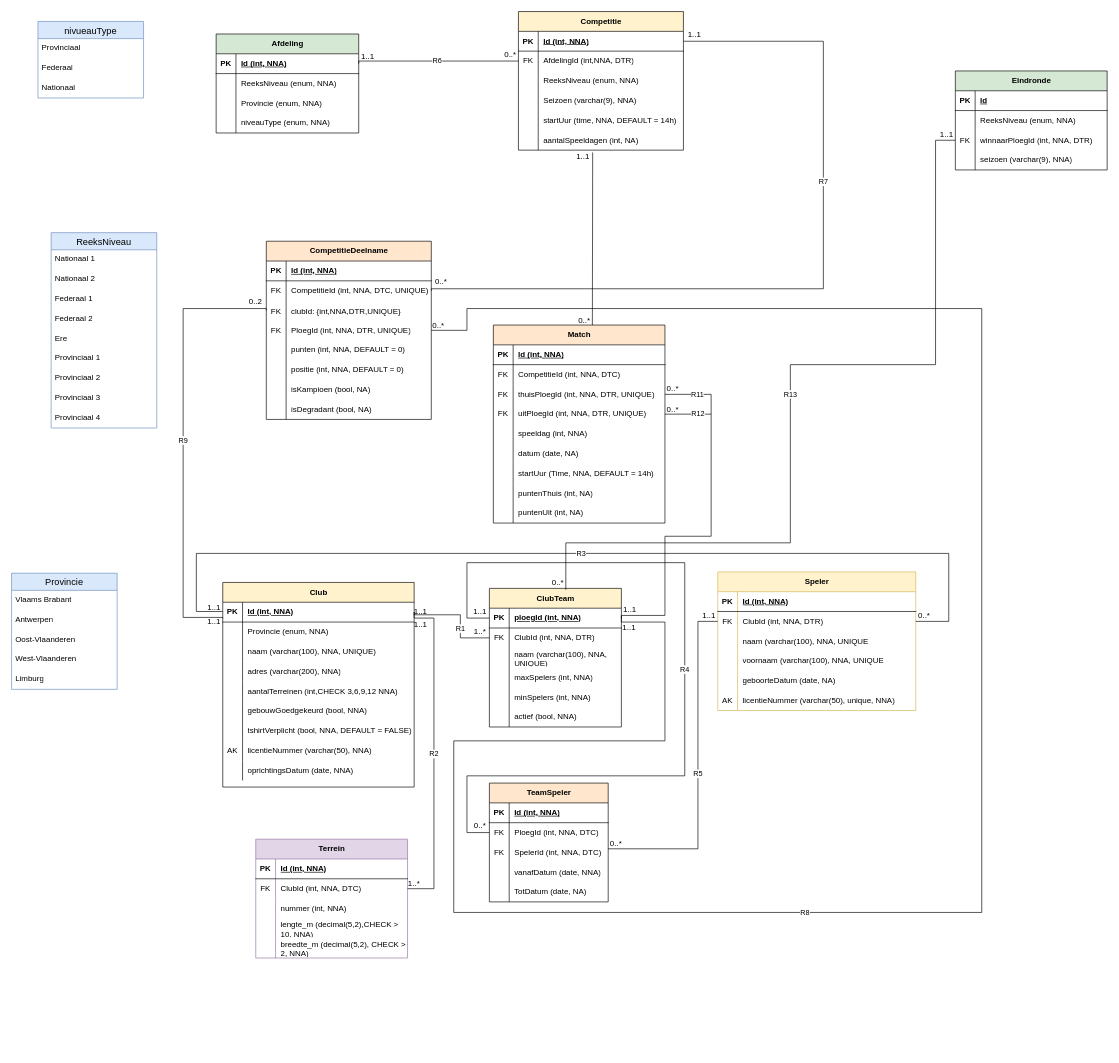
jonastrapmore/databases keeps this draw.io diagram as project/petanque.drawio. Above is the earlier version. Source tidied: cells renumbered, new cells numbered last; positions are measured from the earlier drawing's top-left corner, leaving out a move shared by most shapes. Both pictures are drawn from the tidied source at 66%, with x=0, y=0 at pixel (11, 11).
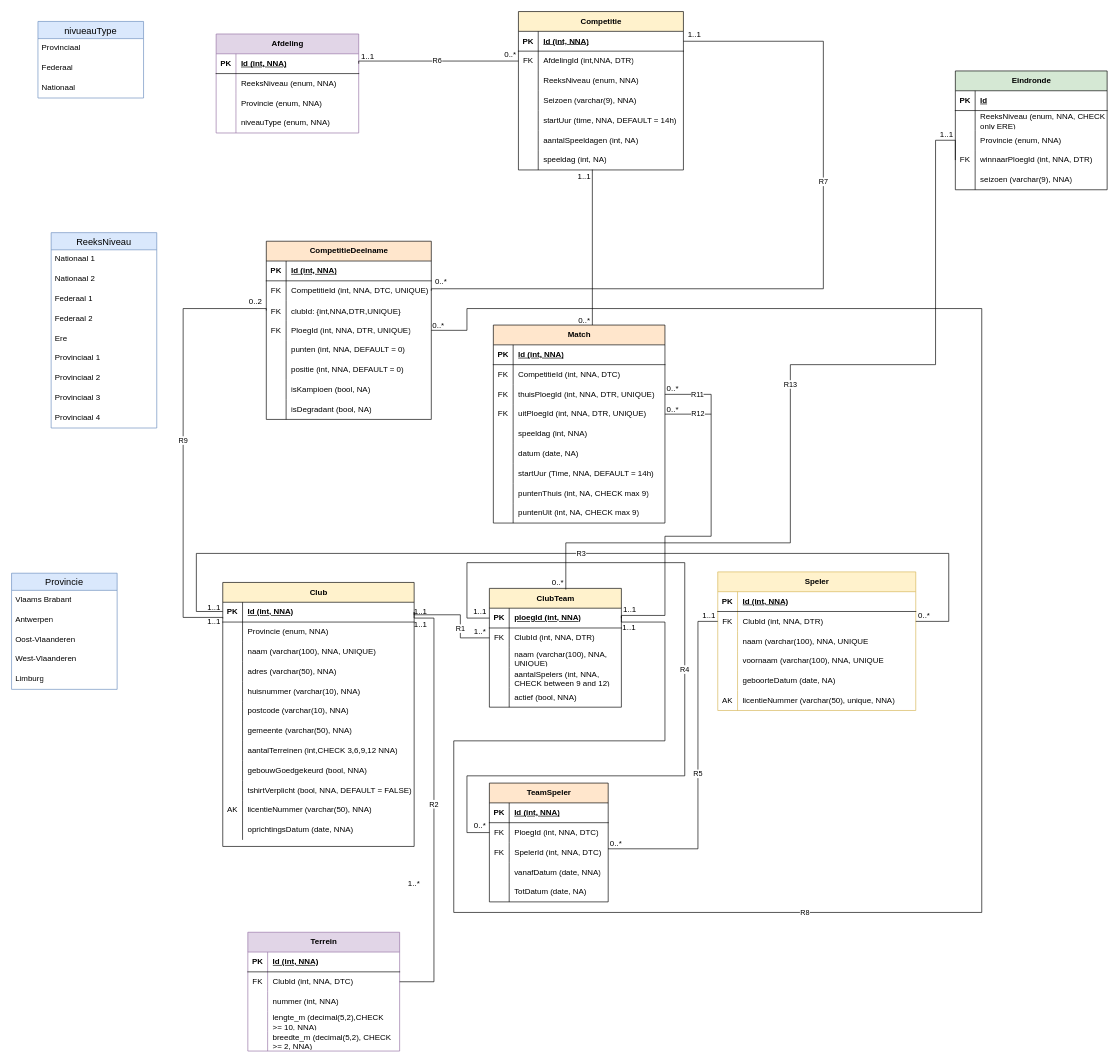
The same page after the edit.

Unchanged cells that the change refers to:
```xml
<mxCell id="3" style="shape=tableRow;horizontal=0;startSize=0;swimlaneHead=0;swimlaneBody=0;fillColor=none;points=[[0,0.5],[1,0.5]];portConstraint=eastwest;top=0;left=0;right=0;bottom=1;" parent="2" vertex="1">
  <mxGeometry y="30" width="290" height="30" as="geometry" />
</mxCell>
<mxCell id="12" style="shape=tableRow;horizontal=0;startSize=0;swimlaneHead=0;swimlaneBody=0;fillColor=none;top=0;left=0;right=0;bottom=0;" parent="2" vertex="1">
  <mxGeometry y="120" width="290" height="30" as="geometry" />
</mxCell>
<mxCell id="40" style="shape=tableRow;horizontal=0;startSize=0;swimlaneHead=0;swimlaneBody=0;fillColor=none;top=0;left=0;right=0;bottom=0;" parent="30" vertex="1">
  <mxGeometry y="120" width="200" height="30" as="geometry" />
</mxCell>
<mxCell id="56" style="shape=tableRow;horizontal=0;startSize=0;swimlaneHead=0;swimlaneBody=0;fillColor=none;points=[[0,0.5],[1,0.5]];portConstraint=eastwest;top=0;left=0;right=0;bottom=0;" parent="52" vertex="1">
  <mxGeometry y="60" width="230" height="30" as="geometry" />
</mxCell>
<mxCell id="62" style="shape=tableRow;horizontal=0;startSize=0;swimlaneHead=0;swimlaneBody=0;fillColor=none;top=0;left=0;right=0;bottom=0;" parent="52" vertex="1">
  <mxGeometry y="120" width="230" height="30" as="geometry" />
</mxCell>
<mxCell id="65" style="shape=tableRow;horizontal=0;startSize=0;swimlaneHead=0;swimlaneBody=0;fillColor=none;top=0;left=0;right=0;bottom=0;" parent="52" vertex="1">
  <mxGeometry y="150" width="230" height="30" as="geometry" />
</mxCell>
<mxCell id="143" style="shape=tableRow;horizontal=0;startSize=0;swimlaneHead=0;swimlaneBody=0;fillColor=none;points=[[0,0.5],[1,0.5]];portConstraint=eastwest;top=0;left=0;right=0;bottom=0;" parent="127" vertex="1">
  <mxGeometry y="180" width="250" height="30" as="geometry" />
</mxCell>
<mxCell id="180" value="Match" style="shape=table;startSize=30;childLayout=tableLayout;rowLines=0;fontStyle=1;align=center;html=1;fillColor=#FFE6CC;" parent="1" vertex="1">
  <mxGeometry x="730" y="475" width="260" height="300" as="geometry" />
</mxCell>
<mxCell id="202" style="shape=tableRow;horizontal=0;startSize=0;swimlaneHead=0;swimlaneBody=0;fillColor=none;top=0;left=0;right=0;bottom=0;" parent="180" vertex="1">
  <mxGeometry y="240" width="260" height="30" as="geometry" />
</mxCell>
<mxCell id="205" style="shape=tableRow;horizontal=0;startSize=0;swimlaneHead=0;swimlaneBody=0;fillColor=none;top=0;left=0;right=0;bottom=0;" parent="180" vertex="1">
  <mxGeometry y="270" width="260" height="30" as="geometry" />
</mxCell>
<mxCell id="219" style="shape=tableRow;horizontal=0;startSize=0;swimlaneHead=0;swimlaneBody=0;fillColor=none;top=0;left=0;right=0;bottom=0;" parent="215" vertex="1">
  <mxGeometry y="60" width="230" height="30" as="geometry" />
</mxCell>
```

Diff of the diagram source:
```diff
@@
     <mxCell id="2" value="Club" style="shape=table;startSize=30;childLayout=tableLayout;rowLines=0;fontStyle=1;align=center;html=1;fillColor=#FFF2CC;" parent="1" vertex="1">
-      <mxGeometry x="320" y="865" width="290" height="310" as="geometry" />
+      <mxGeometry x="320" y="865" width="290" height="400" as="geometry" />
     </mxCell>
@@
-    <mxCell id="14" value="adres (varchar(200), NNA)" style="shape=partialRectangle;fillColor=none;top=0;left=0;bottom=0;right=0;align=left;spacingLeft=6;overflow=hidden;whiteSpace=wrap;html=1;" parent="12" vertex="1">
+    <mxCell id="14" value="adres (varchar(50), NNA)" style="shape=partialRectangle;fillColor=none;top=0;left=0;bottom=0;right=0;align=left;spacingLeft=6;overflow=hidden;whiteSpace=wrap;html=1;" parent="12" vertex="1">
       <mxGeometry x="30" width="260" height="30" as="geometry" />
     </mxCell>
+    <mxCell id="256" style="shape=tableRow;horizontal=0;startSize=0;swimlaneHead=0;swimlaneBody=0;fillColor=none;top=0;left=0;right=0;bottom=0;" parent="2" vertex="1">
+      <mxGeometry y="150" width="290" height="30" as="geometry" />
+    </mxCell>
+    <mxCell id="257" style="shape=partialRectangle;fillColor=none;top=0;left=0;bottom=0;right=0;overflow=hidden;whiteSpace=wrap;html=1;" parent="256" vertex="1">
+      <mxGeometry width="30" height="30" as="geometry" />
+    </mxCell>
+    <mxCell id="258" value="huisnummer (varchar(10), NNA)" style="shape=partialRectangle;fillColor=none;top=0;left=0;bottom=0;right=0;align=left;spacingLeft=6;overflow=hidden;whiteSpace=wrap;html=1;" parent="256" vertex="1">
+      <mxGeometry x="30" width="260" height="30" as="geometry" />
+    </mxCell>
+    <mxCell id="259" style="shape=tableRow;horizontal=0;startSize=0;swimlaneHead=0;swimlaneBody=0;fillColor=none;top=0;left=0;right=0;bottom=0;" parent="2" vertex="1">
+      <mxGeometry y="180" width="290" height="30" as="geometry" />
+    </mxCell>
+    <mxCell id="260" style="shape=partialRectangle;fillColor=none;top=0;left=0;bottom=0;right=0;overflow=hidden;whiteSpace=wrap;html=1;" parent="259" vertex="1">
+      <mxGeometry width="30" height="30" as="geometry" />
+    </mxCell>
+    <mxCell id="261" value="postcode (varchar(10), NNA)" style="shape=partialRectangle;fillColor=none;top=0;left=0;bottom=0;right=0;align=left;spacingLeft=6;overflow=hidden;whiteSpace=wrap;html=1;" parent="259" vertex="1">
+      <mxGeometry x="30" width="260" height="30" as="geometry" />
+    </mxCell>
+    <mxCell id="262" style="shape=tableRow;horizontal=0;startSize=0;swimlaneHead=0;swimlaneBody=0;fillColor=none;top=0;left=0;right=0;bottom=0;" parent="2" vertex="1">
+      <mxGeometry y="210" width="290" height="30" as="geometry" />
+    </mxCell>
+    <mxCell id="263" style="shape=partialRectangle;fillColor=none;top=0;left=0;bottom=0;right=0;overflow=hidden;whiteSpace=wrap;html=1;" parent="262" vertex="1">
+      <mxGeometry width="30" height="30" as="geometry" />
+    </mxCell>
+    <mxCell id="264" value="gemeente (varchar(50), NNA)" style="shape=partialRectangle;fillColor=none;top=0;left=0;bottom=0;right=0;align=left;spacingLeft=6;overflow=hidden;whiteSpace=wrap;html=1;" parent="262" vertex="1">
+      <mxGeometry x="30" width="260" height="30" as="geometry" />
+    </mxCell>
     <mxCell id="15" style="shape=tableRow;horizontal=0;startSize=0;swimlaneHead=0;swimlaneBody=0;fillColor=none;top=0;left=0;right=0;bottom=0;" parent="2" vertex="1">
-      <mxGeometry y="150" width="290" height="30" as="geometry" />
+      <mxGeometry y="240" width="290" height="30" as="geometry" />
     </mxCell>
@@
     <mxCell id="18" style="shape=tableRow;horizontal=0;startSize=0;swimlaneHead=0;swimlaneBody=0;fillColor=none;top=0;left=0;right=0;bottom=0;" parent="2" vertex="1">
-      <mxGeometry y="180" width="290" height="30" as="geometry" />
+      <mxGeometry y="270" width="290" height="30" as="geometry" />
     </mxCell>
@@
     <mxCell id="21" style="shape=tableRow;horizontal=0;startSize=0;swimlaneHead=0;swimlaneBody=0;fillColor=none;top=0;left=0;right=0;bottom=0;" parent="2" vertex="1">
-      <mxGeometry y="210" width="290" height="30" as="geometry" />
+      <mxGeometry y="300" width="290" height="30" as="geometry" />
     </mxCell>
@@
     <mxCell id="24" style="shape=tableRow;horizontal=0;startSize=0;swimlaneHead=0;swimlaneBody=0;fillColor=none;top=0;left=0;right=0;bottom=0;" parent="2" vertex="1">
-      <mxGeometry y="240" width="290" height="30" as="geometry" />
+      <mxGeometry y="330" width="290" height="30" as="geometry" />
     </mxCell>
@@
     <mxCell id="27" style="shape=tableRow;horizontal=0;startSize=0;swimlaneHead=0;swimlaneBody=0;fillColor=none;top=0;left=0;right=0;bottom=0;" parent="2" vertex="1">
-      <mxGeometry y="270" width="290" height="30" as="geometry" />
+      <mxGeometry y="360" width="290" height="30" as="geometry" />
     </mxCell>
@@
     <mxCell id="30" value="ClubTeam" style="shape=table;startSize=30;childLayout=tableLayout;rowLines=0;fontStyle=1;align=center;html=1;fillColor=#FFF2CC;" parent="1" vertex="1">
-      <mxGeometry x="724" y="874" width="200" height="210" as="geometry" />
+      <mxGeometry x="724" y="874" width="200" height="180" as="geometry" />
     </mxCell>
@@
-    <mxCell id="42" value="maxSpelers (int, NNA)" style="shape=partialRectangle;fillColor=none;top=0;left=0;bottom=0;right=0;align=left;spacingLeft=6;overflow=hidden;whiteSpace=wrap;html=1;" parent="40" vertex="1">
+    <mxCell id="42" value="aantalSpelers (int, NNA, CHECK between 9 and 12)" style="shape=partialRectangle;fillColor=none;top=0;left=0;bottom=0;right=0;align=left;spacingLeft=6;overflow=hidden;whiteSpace=wrap;html=1;" parent="40" vertex="1">
       <mxGeometry x="30" width="170" height="30" as="geometry" />
     </mxCell>
-    <mxCell id="43" style="shape=tableRow;horizontal=0;startSize=0;swimlaneHead=0;swimlaneBody=0;fillColor=none;top=0;left=0;right=0;bottom=0;" parent="30" vertex="1">
-      <mxGeometry y="150" width="200" height="30" as="geometry" />
-    </mxCell>
-    <mxCell id="44" style="shape=partialRectangle;fillColor=none;top=0;left=0;bottom=0;right=0;overflow=hidden;whiteSpace=wrap;html=1;" parent="43" vertex="1">
-      <mxGeometry width="30" height="30" as="geometry" />
-    </mxCell>
-    <mxCell id="45" value="minSpelers (int, NNA)" style="shape=partialRectangle;fillColor=none;top=0;left=0;bottom=0;right=0;align=left;spacingLeft=6;overflow=hidden;whiteSpace=wrap;html=1;" parent="43" vertex="1">
-      <mxGeometry x="30" width="170" height="30" as="geometry" />
-    </mxCell>
     <mxCell id="46" style="shape=tableRow;horizontal=0;startSize=0;swimlaneHead=0;swimlaneBody=0;fillColor=none;top=0;left=0;right=0;bottom=0;" parent="30" vertex="1">
-      <mxGeometry y="180" width="200" height="30" as="geometry" />
+      <mxGeometry y="150" width="200" height="30" as="geometry" />
     </mxCell>
@@
     <mxCell id="52" value="Terrein" style="shape=table;startSize=30;childLayout=tableLayout;rowLines=0;fontStyle=1;align=center;html=1;fillColor=#e1d5e7;strokeColor=#9673a6;" parent="1" vertex="1">
-      <mxGeometry x="370" y="1254" width="230" height="180" as="geometry" />
+      <mxGeometry x="358" y="1395" width="230" height="180" as="geometry" />
     </mxCell>
@@
-    <mxCell id="64" value="lengte_m (decimal(5,2),CHECK &amp;gt; 10, NNA)" style="shape=partialRectangle;fillColor=none;top=0;left=0;bottom=0;right=0;align=left;spacingLeft=6;overflow=hidden;whiteSpace=wrap;html=1;" parent="62" vertex="1">
+    <mxCell id="64" value="lengte_m (decimal(5,2),CHECK &amp;gt;=&lt;span style=&quot;background-color: transparent; color: light-dark(rgb(0, 0, 0), rgb(255, 255, 255));&quot;&gt;&amp;nbsp;10, NNA)&lt;/span&gt;" style="shape=partialRectangle;fillColor=none;top=0;left=0;bottom=0;right=0;align=left;spacingLeft=6;overflow=hidden;whiteSpace=wrap;html=1;" parent="62" vertex="1">
       <mxGeometry x="30" width="200" height="30" as="geometry" />
     </mxCell>
@@
-    <mxCell id="67" value="breedte_m (decimal(5,2), CHECK &amp;gt; 2, NNA)" style="shape=partialRectangle;fillColor=none;top=0;left=0;bottom=0;right=0;align=left;spacingLeft=6;overflow=hidden;whiteSpace=wrap;html=1;" parent="65" vertex="1">
+    <mxCell id="67" value="breedte_m (decimal(5,2), CHECK &amp;gt;=&lt;span style=&quot;background-color: transparent; color: light-dark(rgb(0, 0, 0), rgb(255, 255, 255));&quot;&gt;&amp;nbsp;2, NNA)&lt;/span&gt;" style="shape=partialRectangle;fillColor=none;top=0;left=0;bottom=0;right=0;align=left;spacingLeft=6;overflow=hidden;whiteSpace=wrap;html=1;" parent="65" vertex="1">
       <mxGeometry x="30" width="200" height="30" as="geometry" />
     </mxCell>
     <mxCell id="68" value="R2" style="endArrow=none;html=1;rounded=0;edgeStyle=orthogonalEdgeStyle;exitX=1;exitY=0.5;exitDx=0;exitDy=0;entryX=1;entryY=0.5;entryDx=0;entryDy=0;" parent="1" edge="1" source="3" target="56">
       <mxGeometry relative="1" as="geometry">
         <Array as="points">
           <mxPoint x="610" y="919" />
           <mxPoint x="640" y="919" />
-          <mxPoint x="640" y="1329" />
+          <mxPoint x="640" y="1470" />
         </Array>
       </mxGeometry>
     </mxCell>
@@
-    <mxCell id="71" value="Afdeling" style="shape=table;startSize=30;childLayout=tableLayout;rowLines=0;fontStyle=1;align=center;html=1;fillColor=#D5E8D4;" parent="1" vertex="1">
+    <mxCell id="71" value="Afdeling" style="shape=table;startSize=30;childLayout=tableLayout;rowLines=0;fontStyle=1;align=center;html=1;fillColor=#e1d5e7;strokeColor=#9673a6;" parent="1" vertex="1">
       <mxGeometry x="310" y="34" width="216" height="150" as="geometry" />
     </mxCell>
@@
     <mxCell id="127" value="Competitie" style="shape=table;startSize=30;childLayout=tableLayout;rowLines=0;fontStyle=1;align=center;html=1;fillColor=#FFF2CC;" parent="1" vertex="1">
-      <mxGeometry x="768" width="250" height="210" as="geometry" />
+      <mxGeometry x="768" width="250" height="240" as="geometry" />
     </mxCell>
@@
+    <mxCell id="265" style="shape=tableRow;horizontal=0;startSize=0;swimlaneHead=0;swimlaneBody=0;fillColor=none;points=[[0,0.5],[1,0.5]];portConstraint=eastwest;top=0;left=0;right=0;bottom=0;" parent="127" vertex="1">
+      <mxGeometry y="210" width="250" height="30" as="geometry" />
+    </mxCell>
+    <mxCell id="266" style="shape=partialRectangle;fillColor=none;top=0;left=0;bottom=0;right=0;overflow=hidden;whiteSpace=wrap;html=1;" parent="265" vertex="1">
+      <mxGeometry width="30" height="30" as="geometry" />
+    </mxCell>
+    <mxCell id="267" value="speeldag (int, NA)" style="shape=partialRectangle;fillColor=none;top=0;left=0;bottom=0;right=0;align=left;spacingLeft=6;overflow=hidden;whiteSpace=wrap;html=1;" parent="265" vertex="1">
+      <mxGeometry x="30" width="220" height="30" as="geometry" />
+    </mxCell>
@@
-    <mxCell id="204" value="puntenThuis (int, NA)" style="shape=partialRectangle;fillColor=none;top=0;left=0;bottom=0;right=0;align=left;spacingLeft=6;overflow=hidden;whiteSpace=wrap;html=1;" parent="202" vertex="1">
+    <mxCell id="204" value="puntenThuis (int, NA, CHECK max 9)" style="shape=partialRectangle;fillColor=none;top=0;left=0;bottom=0;right=0;align=left;spacingLeft=6;overflow=hidden;whiteSpace=wrap;html=1;" parent="202" vertex="1">
       <mxGeometry x="30" width="230" height="30" as="geometry" />
     </mxCell>
@@
-    <mxCell id="207" value="puntenUit (int, NA)" style="shape=partialRectangle;fillColor=none;top=0;left=0;bottom=0;right=0;align=left;spacingLeft=6;overflow=hidden;whiteSpace=wrap;html=1;" parent="205" vertex="1">
+    <mxCell id="207" value="puntenUit (int, NA, CHECK&lt;span style=&quot;background-color: transparent; color: light-dark(rgb(0, 0, 0), rgb(255, 255, 255));&quot;&gt;&amp;nbsp;max 9)&lt;/span&gt;" style="shape=partialRectangle;fillColor=none;top=0;left=0;bottom=0;right=0;align=left;spacingLeft=6;overflow=hidden;whiteSpace=wrap;html=1;" parent="205" vertex="1">
       <mxGeometry x="30" width="230" height="30" as="geometry" />
     </mxCell>
     <mxCell id="208" value="1..1" style="text;html=1;whiteSpace=wrap;strokeColor=none;fillColor=none;align=center;verticalAlign=middle;rounded=0;" parent="1" vertex="1">
-      <mxGeometry x="836" y="205" width="60" height="30" as="geometry" />
+      <mxGeometry x="838" y="235" width="60" height="30" as="geometry" />
     </mxCell>
@@
     <mxCell id="215" value="Eindronde" style="shape=table;startSize=30;childLayout=tableLayout;rowLines=0;fontStyle=1;align=center;html=1;fillColor=#D5E8D4;" parent="1" vertex="1">
-      <mxGeometry x="1430" y="90" width="230" height="150" as="geometry" />
+      <mxGeometry x="1430" y="90" width="230" height="180" as="geometry" />
     </mxCell>
@@
-    <mxCell id="221" value="ReeksNiveau (enum, NNA)" style="shape=partialRectangle;fillColor=none;top=0;left=0;bottom=0;right=0;align=left;spacingLeft=6;overflow=hidden;whiteSpace=wrap;html=1;" parent="219" vertex="1">
+    <mxCell id="221" value="ReeksNiveau (enum, NNA, CHECK only ERE)" style="shape=partialRectangle;fillColor=none;top=0;left=0;bottom=0;right=0;align=left;spacingLeft=6;overflow=hidden;whiteSpace=wrap;html=1;" parent="219" vertex="1">
       <mxGeometry x="30" width="200" height="30" as="geometry" />
     </mxCell>
+    <mxCell id="268" style="shape=tableRow;horizontal=0;startSize=0;swimlaneHead=0;swimlaneBody=0;fillColor=none;top=0;left=0;right=0;bottom=0;" parent="215" vertex="1">
+      <mxGeometry y="90" width="230" height="30" as="geometry" />
+    </mxCell>
+    <mxCell id="269" style="shape=partialRectangle;fillColor=none;top=0;left=0;bottom=0;right=0;overflow=hidden;whiteSpace=wrap;html=1;" parent="268" vertex="1">
+      <mxGeometry width="30" height="30" as="geometry" />
+    </mxCell>
+    <mxCell id="270" value="Provincie (enum, NNA)" style="shape=partialRectangle;fillColor=none;top=0;left=0;bottom=0;right=0;align=left;spacingLeft=6;overflow=hidden;whiteSpace=wrap;html=1;" parent="268" vertex="1">
+      <mxGeometry x="30" width="200" height="30" as="geometry" />
+    </mxCell>
     <mxCell id="222" style="shape=tableRow;horizontal=0;startSize=0;swimlaneHead=0;swimlaneBody=0;fillColor=none;points=[[0,0.5],[1,0.5]];portConstraint=eastwest;top=0;left=0;right=0;bottom=0;" parent="215" vertex="1">
-      <mxGeometry y="90" width="230" height="30" as="geometry" />
+      <mxGeometry y="120" width="230" height="30" as="geometry" />
     </mxCell>
@@
     <mxCell id="225" style="shape=tableRow;horizontal=0;startSize=0;swimlaneHead=0;swimlaneBody=0;fillColor=none;top=0;left=0;right=0;bottom=0;" parent="215" vertex="1">
-      <mxGeometry y="120" width="230" height="30" as="geometry" />
+      <mxGeometry y="150" width="230" height="30" as="geometry" />
     </mxCell>
@@
-    <mxCell id="255" style="endArrow=none;html=1;rounded=0;exitX=0.45;exitY=1.113;exitDx=0;exitDy=0;exitPerimeter=0;entryX=0.577;entryY=0;entryDx=0;entryDy=0;entryPerimeter=0;" parent="1" edge="1" source="143" target="180">
+    <mxCell id="255" style="endArrow=none;html=1;rounded=0;entryX=0.577;entryY=0;entryDx=0;entryDy=0;entryPerimeter=0;exitX=0.448;exitY=0.978;exitDx=0;exitDy=0;exitPerimeter=0;" parent="1" edge="1" source="265" target="180">
       <mxGeometry relative="1" as="geometry" />
     </mxCell>
```
